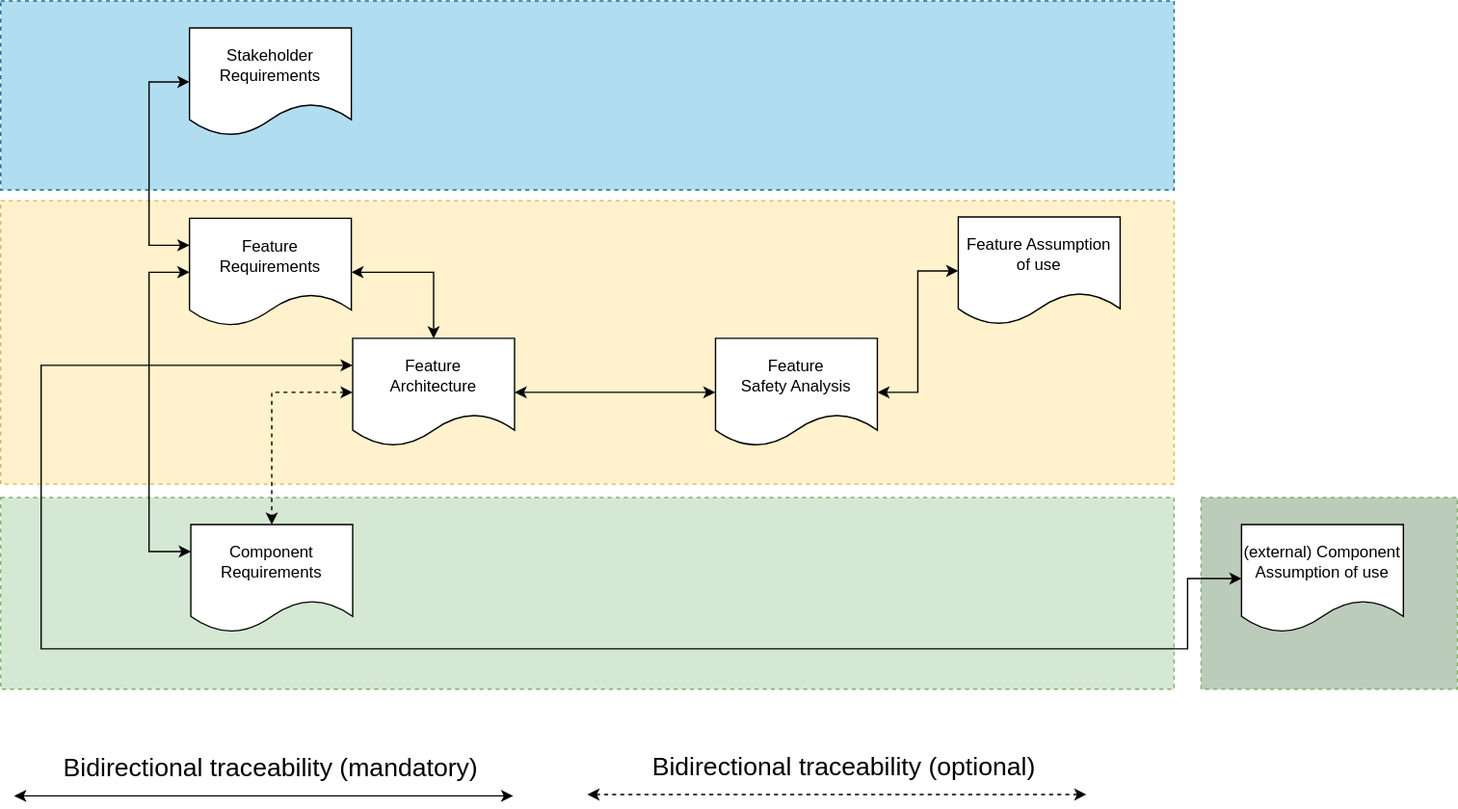
Above: pr-343/_images/score_traceability_model_feat_overview.svg in umaucher/score (draw.io), before the change. Source tidied: cells renumbered, new cells last; positions are measured from the earlier drawing's top-left corner, leaving out a move shared by most shapes.
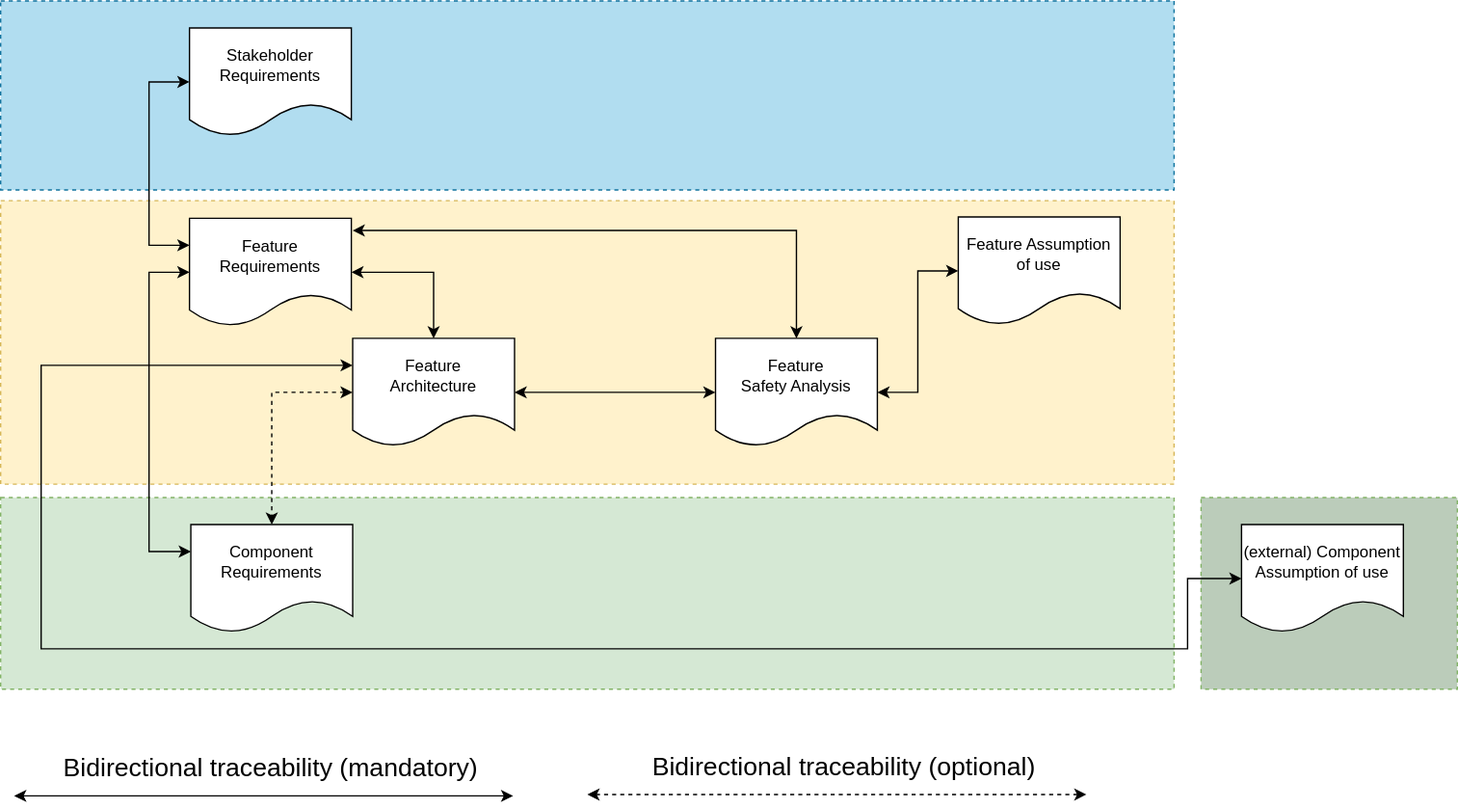
After the change.

What changed in the source:
```diff
@@ -73,6 +73,13 @@
     <mxCell id="19" style="edgeStyle=orthogonalEdgeStyle;rounded=0;jettySize=auto;html=1;entryX=0;entryY=0.5;entryDx=0;entryDy=0;startArrow=classic;startFill=1;" parent="1" edge="1" source="20" target="18">
       <mxGeometry relative="1" as="geometry" />
     </mxCell>
+    <mxCell id="25" style="edgeStyle=orthogonalEdgeStyle;rounded=0;jettySize=auto;html=1;entryX=1.008;entryY=0.113;entryDx=0;entryDy=0;exitX=0.5;exitY=0;exitDx=0;exitDy=0;startArrow=classic;startFill=1;entryPerimeter=0;" parent="1" edge="1" source="20" target="4">
+      <mxGeometry relative="1" as="geometry">
+        <Array as="points">
+          <mxPoint x="590" y="170" />
+        </Array>
+      </mxGeometry>
+    </mxCell>
     <mxCell id="20" value="Feature&lt;br&gt;Safety Analysis" style="shape=document;whiteSpace=wrap;html=1;boundedLbl=1;" parent="1" vertex="1">
       <mxGeometry x="530" y="250" width="120" height="80" as="geometry" />
     </mxCell>
```
